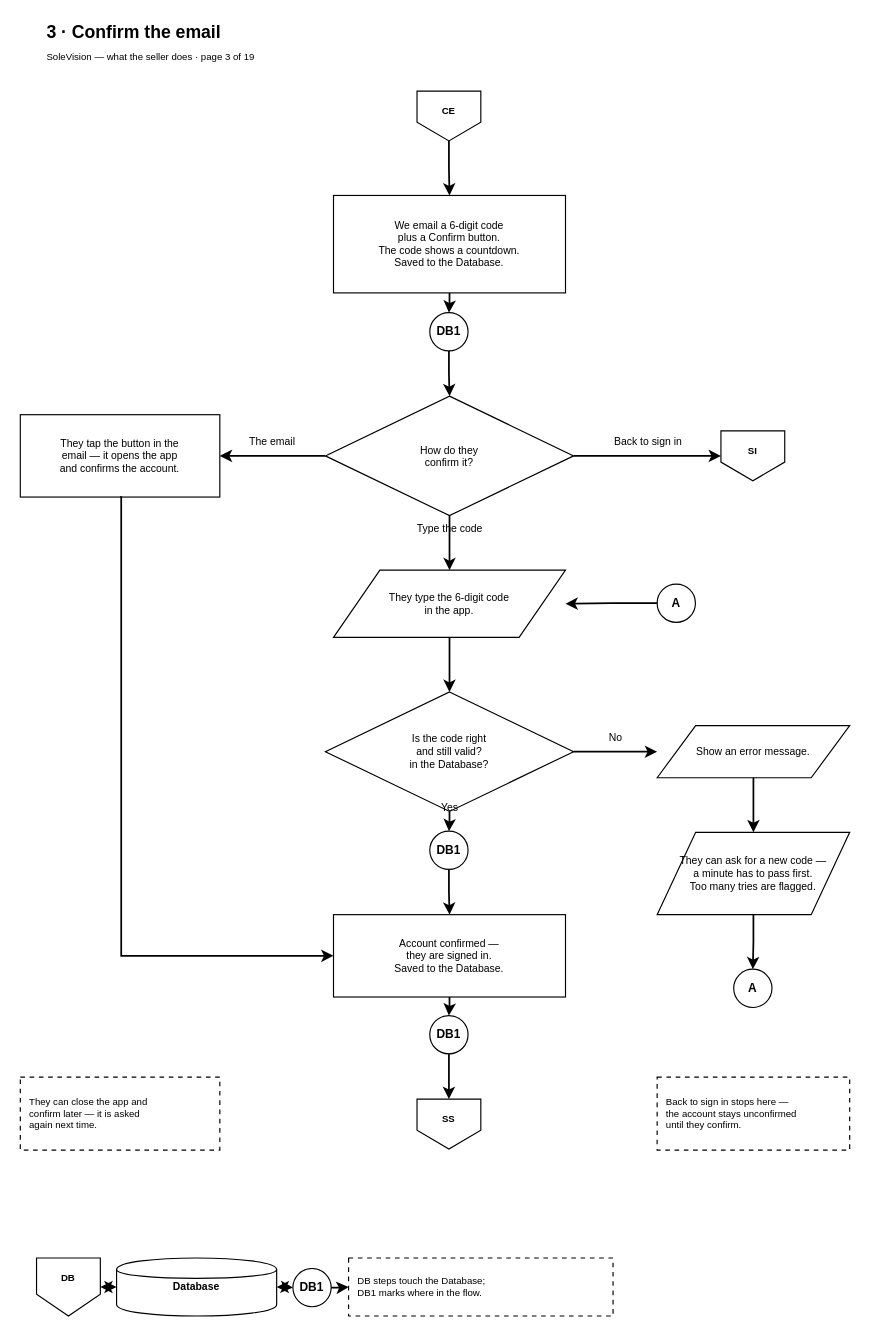
Above: page "3 Confirm the email" (3 of 19) of docs/diagrams/seller-journey-flowchart.drawio in kibs06/CUF (draw.io), before the change. Source tidied: cells renumbered, new cells numbered last; positions are measured from the earlier drawing's top-left corner, leaving out a move shared by most shapes. Both pictures are drawn from the tidied source at 116%, with x=0, y=0 at pixel (20, 20).
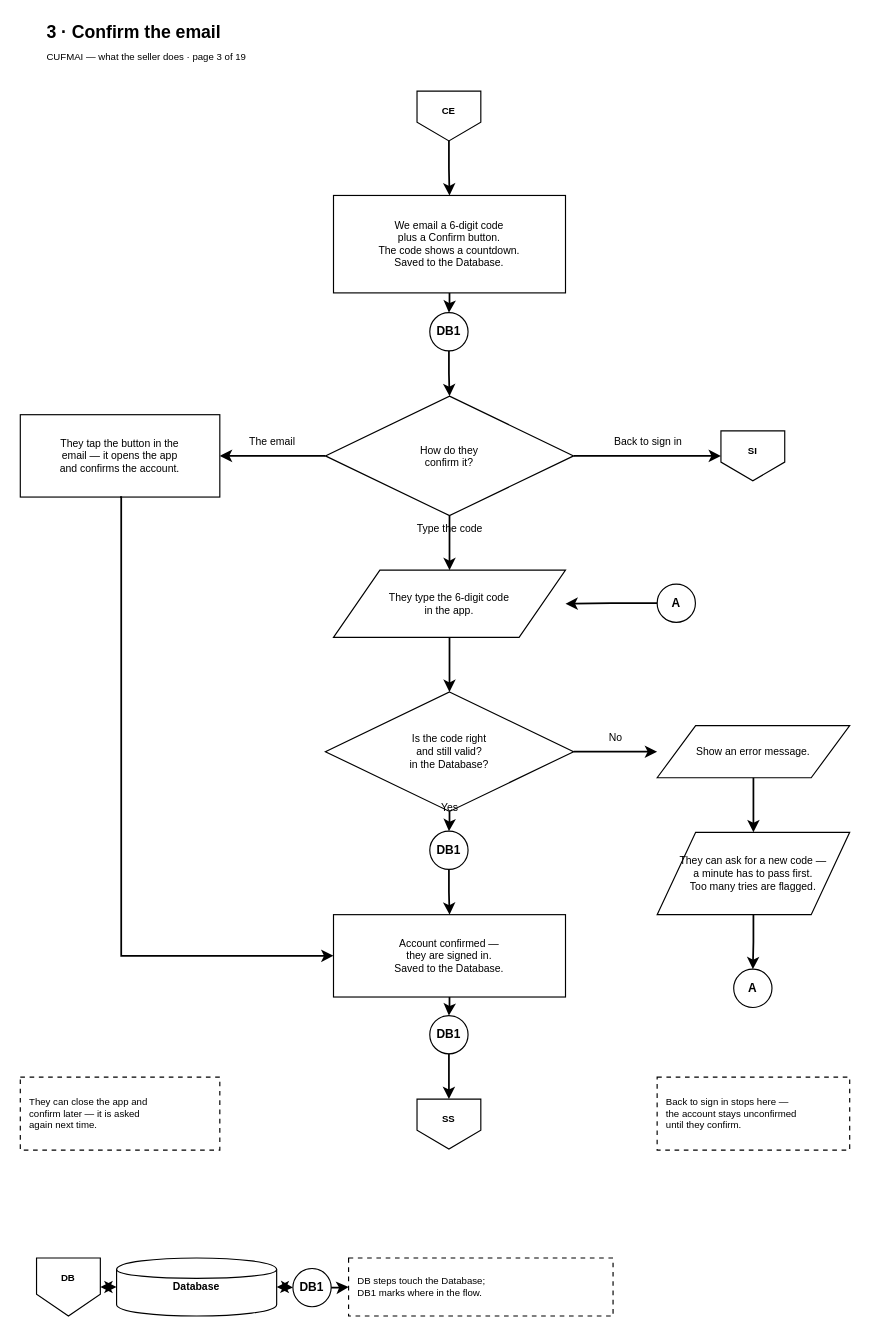
Above is the later version.

Change to the diagram source:
```diff
@@
-    <mxCell id="25" value="SoleVision — what the seller does · page 3 of 19" style="text;html=1;fontSize=8.3;align=left;verticalAlign=middle;fontColor=light-dark(#000000,#FFFFFF);" parent="1" vertex="1">
+    <mxCell id="25" value="CUFMAI — what the seller does · page 3 of 19" style="text;html=1;fontSize=8.3;align=left;verticalAlign=middle;fontColor=light-dark(#000000,#FFFFFF);" parent="1" vertex="1">
       <mxGeometry x="21" y="23" width="483" height="17" as="geometry" />
     </mxCell>
```
